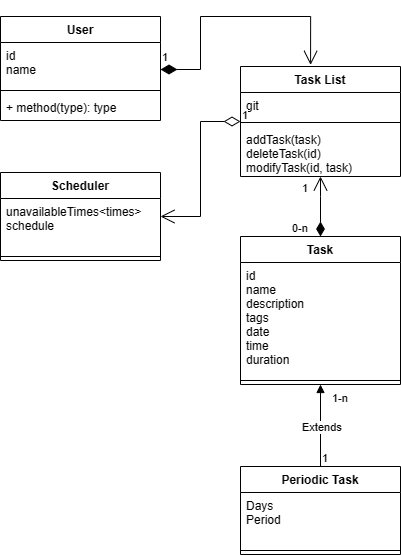
This is Project_Diagram.png from NipunDas/Taskinator-Project, a draw.io export, as it was before one commit. Source tidied: cells renumbered, new cells last; positions are measured from the earlier drawing's top-left corner, leaving out a move shared by most shapes. Its diagram source:
```xml
<mxGraphModel>
  <root>
    <mxCell id="0" />
    <mxCell id="1" parent="0" />
    <mxCell id="2" value="User" style="swimlane;fontStyle=1;align=center;verticalAlign=top;horizontal=1;startSize=26;" parent="1" vertex="1">
      <mxGeometry width="160" height="104" as="geometry" />
    </mxCell>
    <mxCell id="3" value="id&#10;name" style="text;strokeColor=none;fillColor=none;align=left;verticalAlign=top;spacingLeft=4;spacingRight=4;overflow=hidden;points=[[0,0.5],[1,0.5]];portConstraint=eastwest;" parent="2" vertex="1">
      <mxGeometry y="26" width="160" height="44" as="geometry" />
    </mxCell>
    <mxCell id="4" style="line;strokeWidth=1;fillColor=none;align=left;verticalAlign=middle;spacingTop=-1;spacingLeft=3;spacingRight=3;labelPosition=right;strokeColor=inherit;" parent="2" vertex="1">
      <mxGeometry y="70" width="160" height="8" as="geometry" />
    </mxCell>
    <mxCell id="5" value="+ method(type): type" style="text;strokeColor=none;fillColor=none;align=left;verticalAlign=top;spacingLeft=4;spacingRight=4;overflow=hidden;" parent="2" vertex="1">
      <mxGeometry y="78" width="160" height="26" as="geometry" />
    </mxCell>
    <mxCell id="6" value="Task" style="swimlane;fontStyle=1;align=center;verticalAlign=top;horizontal=1;startSize=26;" parent="1" vertex="1">
      <mxGeometry x="240" y="220" width="160" height="148" as="geometry" />
    </mxCell>
    <mxCell id="7" value="id&#10;name&#10;description&#10;tags&#10;date&#10;time&#10;duration" style="text;strokeColor=none;fillColor=none;align=left;verticalAlign=top;spacingLeft=4;spacingRight=4;overflow=hidden;" parent="6" vertex="1">
      <mxGeometry y="26" width="160" height="114" as="geometry" />
    </mxCell>
    <mxCell id="8" style="line;strokeWidth=1;fillColor=none;align=left;verticalAlign=middle;spacingTop=-1;spacingLeft=3;spacingRight=3;labelPosition=right;strokeColor=inherit;" parent="6" vertex="1">
      <mxGeometry y="140" width="160" height="8" as="geometry" />
    </mxCell>
    <mxCell id="9" value="Task List" style="swimlane;fontStyle=1;align=center;verticalAlign=top;horizontal=1;startSize=26;" parent="1" vertex="1">
      <mxGeometry x="240" y="50" width="160" height="110" as="geometry" />
    </mxCell>
    <mxCell id="10" value="git" style="text;strokeColor=none;fillColor=none;align=left;verticalAlign=top;spacingLeft=4;spacingRight=4;overflow=hidden;" parent="9" vertex="1">
      <mxGeometry y="26" width="160" height="26" as="geometry" />
    </mxCell>
    <mxCell id="11" style="line;strokeWidth=1;fillColor=none;align=left;verticalAlign=middle;spacingTop=-1;spacingLeft=3;spacingRight=3;labelPosition=right;strokeColor=inherit;" parent="9" vertex="1">
      <mxGeometry y="52" width="160" height="8" as="geometry" />
    </mxCell>
    <mxCell id="12" value="addTask(task)&#10;deleteTask(id)&#10;modifyTask(id, task)" style="text;strokeColor=none;fillColor=none;align=left;verticalAlign=top;spacingLeft=4;spacingRight=4;overflow=hidden;points=[[0,0.5],[1,0.5]];portConstraint=eastwest;" parent="9" vertex="1">
      <mxGeometry y="60" width="160" height="50" as="geometry" />
    </mxCell>
    <mxCell id="13" value="Scheduler&#10;" style="swimlane;fontStyle=1;align=center;verticalAlign=top;horizontal=1;startSize=26;" parent="1" vertex="1">
      <mxGeometry y="156" width="160" height="88" as="geometry" />
    </mxCell>
    <mxCell id="14" value="unavailableTimes&lt;times&gt;&#10;schedule" style="text;strokeColor=none;fillColor=none;align=left;verticalAlign=top;spacingLeft=4;spacingRight=4;overflow=hidden;" parent="13" vertex="1">
      <mxGeometry y="26" width="160" height="54" as="geometry" />
    </mxCell>
    <mxCell id="15" style="line;strokeWidth=1;fillColor=none;align=left;verticalAlign=middle;spacingTop=-1;spacingLeft=3;spacingRight=3;labelPosition=right;strokeColor=inherit;" parent="13" vertex="1">
      <mxGeometry y="80" width="160" height="8" as="geometry" />
    </mxCell>
    <mxCell id="16" value="Periodic Task" style="swimlane;fontStyle=1;align=center;verticalAlign=top;horizontal=1;startSize=26;" parent="1" vertex="1">
      <mxGeometry x="240" y="450" width="160" height="88" as="geometry" />
    </mxCell>
    <mxCell id="17" value="Days&#10;Period" style="text;strokeColor=none;fillColor=none;align=left;verticalAlign=top;spacingLeft=4;spacingRight=4;overflow=hidden;" parent="16" vertex="1">
      <mxGeometry y="26" width="160" height="54" as="geometry" />
    </mxCell>
    <mxCell id="18" style="line;strokeWidth=1;fillColor=none;align=left;verticalAlign=middle;spacingTop=-1;spacingLeft=3;spacingRight=3;labelPosition=right;strokeColor=inherit;" parent="16" vertex="1">
      <mxGeometry y="80" width="160" height="8" as="geometry" />
    </mxCell>
    <mxCell id="19" value="Extends" style="endArrow=block;endFill=1;html=1;edgeStyle=orthogonalEdgeStyle;align=left;verticalAlign=top;rounded=0;" parent="1" edge="1" source="16" target="6">
      <mxGeometry x="0.28" y="20" relative="1" as="geometry">
        <Array as="points">
          <mxPoint x="320" y="360" />
          <mxPoint x="320" y="360" />
        </Array>
      </mxGeometry>
    </mxCell>
    <mxCell id="20" value="1" style="edgeLabel;html=1;align=left;verticalAlign=bottom;" parent="19" vertex="1">
      <mxGeometry x="-1" relative="1" as="geometry" />
    </mxCell>
    <mxCell id="21" value="1-n" style="edgeLabel;html=1;align=left;verticalAlign=bottom;" parent="19" vertex="1">
      <mxGeometry x="-1" relative="1" as="geometry">
        <mxPoint x="10" y="-60" as="offset" />
      </mxGeometry>
    </mxCell>
    <mxCell id="22" style="endArrow=open;endFill=0;html=1;edgeStyle=orthogonalEdgeStyle;align=left;verticalAlign=top;rounded=0;startArrow=diamondThin;startFill=1;startSize=12;endSize=12;" parent="1" edge="1" source="6" target="12">
      <mxGeometry x="0.05" y="20" relative="1" as="geometry">
        <Array as="points">
          <mxPoint x="320" y="180" />
          <mxPoint x="320" y="180" />
        </Array>
      </mxGeometry>
    </mxCell>
    <mxCell id="23" value="0-n" style="edgeLabel;html=1;align=left;verticalAlign=bottom;" parent="22" vertex="1">
      <mxGeometry x="-1" relative="1" as="geometry">
        <mxPoint x="-30" as="offset" />
      </mxGeometry>
    </mxCell>
    <mxCell id="24" value="1" style="edgeLabel;html=1;align=left;verticalAlign=bottom;" parent="22" vertex="1">
      <mxGeometry x="-1" relative="1" as="geometry">
        <mxPoint x="-20" y="-40" as="offset" />
      </mxGeometry>
    </mxCell>
    <mxCell id="25" value="1" style="endArrow=open;html=1;endSize=12;startArrow=diamondThin;startSize=14;startFill=0;edgeStyle=orthogonalEdgeStyle;align=left;verticalAlign=bottom;rounded=0;" parent="1" edge="1" source="9" target="13">
      <mxGeometry x="-1" y="3" relative="1" as="geometry" />
    </mxCell>
    <mxCell id="26" value="1" style="endArrow=open;html=1;endSize=12;startArrow=diamondThin;startSize=14;startFill=1;edgeStyle=orthogonalEdgeStyle;align=left;verticalAlign=bottom;rounded=0;entryX=0.438;entryY=-0.015;entryDx=0;entryDy=0;entryPerimeter=0;" parent="1" edge="1" source="3" target="9">
      <mxGeometry x="-1" y="3" relative="1" as="geometry">
        <Array as="points">
          <mxPoint x="200" y="53" />
          <mxPoint x="200" />
          <mxPoint x="310" />
        </Array>
      </mxGeometry>
    </mxCell>
  </root>
</mxGraphModel>
```
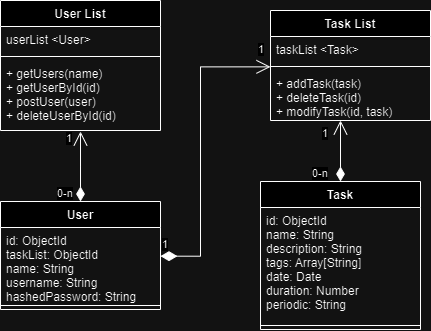
After the commit.

Commit message:
Updated class diagram

Change to the diagram source:
```diff
@@ -3,72 +3,35 @@
     <mxCell id="0" />
     <mxCell id="1" parent="0" />
     <mxCell id="2" value="User" style="swimlane;fontStyle=1;align=center;verticalAlign=top;horizontal=1;startSize=26;" parent="1" vertex="1">
-      <mxGeometry width="160" height="104" as="geometry" />
+      <mxGeometry x="-30" y="70" width="160" height="108" as="geometry" />
     </mxCell>
-    <mxCell id="3" value="id&#10;name" style="text;strokeColor=none;fillColor=none;align=left;verticalAlign=top;spacingLeft=4;spacingRight=4;overflow=hidden;points=[[0,0.5],[1,0.5]];portConstraint=eastwest;" parent="2" vertex="1">
-      <mxGeometry y="26" width="160" height="44" as="geometry" />
+    <mxCell id="3" value="id: ObjectId&#10;taskList: ObjectId&#10;name: String&#10;username: String&#10;hashedPassword: String" style="text;strokeColor=none;fillColor=none;align=left;verticalAlign=top;spacingLeft=4;spacingRight=4;overflow=hidden;points=[[0,0.5],[1,0.5]];portConstraint=eastwest;" parent="2" vertex="1">
+      <mxGeometry y="26" width="160" height="74" as="geometry" />
     </mxCell>
     <mxCell id="4" style="line;strokeWidth=1;fillColor=none;align=left;verticalAlign=middle;spacingTop=-1;spacingLeft=3;spacingRight=3;labelPosition=right;strokeColor=inherit;" parent="2" vertex="1">
-      <mxGeometry y="70" width="160" height="8" as="geometry" />
+      <mxGeometry y="100" width="160" height="8" as="geometry" />
     </mxCell>
-    <mxCell id="5" value="+ method(type): type" style="text;strokeColor=none;fillColor=none;align=left;verticalAlign=top;spacingLeft=4;spacingRight=4;overflow=hidden;" parent="2" vertex="1">
-      <mxGeometry y="78" width="160" height="26" as="geometry" />
-    </mxCell>
     <mxCell id="6" value="Task" style="swimlane;fontStyle=1;align=center;verticalAlign=top;horizontal=1;startSize=26;" parent="1" vertex="1">
-      <mxGeometry x="240" y="220" width="160" height="148" as="geometry" />
+      <mxGeometry x="230" y="50" width="160" height="148" as="geometry" />
     </mxCell>
-    <mxCell id="7" value="id&#10;name&#10;description&#10;tags&#10;date&#10;time&#10;duration" style="text;strokeColor=none;fillColor=none;align=left;verticalAlign=top;spacingLeft=4;spacingRight=4;overflow=hidden;" parent="6" vertex="1">
+    <mxCell id="7" value="id: ObjectId&#10;name: String&#10;description: String&#10;tags: Array[String]&#10;date: Date&#10;duration: Number&#10;periodic: String" style="text;strokeColor=none;fillColor=none;align=left;verticalAlign=top;spacingLeft=4;spacingRight=4;overflow=hidden;" parent="6" vertex="1">
       <mxGeometry y="26" width="160" height="114" as="geometry" />
     </mxCell>
     <mxCell id="8" style="line;strokeWidth=1;fillColor=none;align=left;verticalAlign=middle;spacingTop=-1;spacingLeft=3;spacingRight=3;labelPosition=right;strokeColor=inherit;" parent="6" vertex="1">
       <mxGeometry y="140" width="160" height="8" as="geometry" />
     </mxCell>
     <mxCell id="9" value="Task List" style="swimlane;fontStyle=1;align=center;verticalAlign=top;horizontal=1;startSize=26;" parent="1" vertex="1">
-      <mxGeometry x="240" y="50" width="160" height="110" as="geometry" />
+      <mxGeometry x="240" y="-121" width="160" height="110" as="geometry" />
     </mxCell>
-    <mxCell id="10" value="git" style="text;strokeColor=none;fillColor=none;align=left;verticalAlign=top;spacingLeft=4;spacingRight=4;overflow=hidden;" parent="9" vertex="1">
+    <mxCell id="10" value="taskList &lt;Task&gt;&#10;" style="text;strokeColor=none;fillColor=none;align=left;verticalAlign=top;spacingLeft=4;spacingRight=4;overflow=hidden;" parent="9" vertex="1">
       <mxGeometry y="26" width="160" height="26" as="geometry" />
     </mxCell>
     <mxCell id="11" style="line;strokeWidth=1;fillColor=none;align=left;verticalAlign=middle;spacingTop=-1;spacingLeft=3;spacingRight=3;labelPosition=right;strokeColor=inherit;" parent="9" vertex="1">
       <mxGeometry y="52" width="160" height="8" as="geometry" />
     </mxCell>
-    <mxCell id="12" value="addTask(task)&#10;deleteTask(id)&#10;modifyTask(id, task)" style="text;strokeColor=none;fillColor=none;align=left;verticalAlign=top;spacingLeft=4;spacingRight=4;overflow=hidden;points=[[0,0.5],[1,0.5]];portConstraint=eastwest;" parent="9" vertex="1">
+    <mxCell id="12" value="+ addTask(task)&#10;+ deleteTask(id)&#10;+ modifyTask(id, task)" style="text;strokeColor=none;fillColor=none;align=left;verticalAlign=top;spacingLeft=4;spacingRight=4;overflow=hidden;points=[[0,0.5],[1,0.5]];portConstraint=eastwest;" parent="9" vertex="1">
       <mxGeometry y="60" width="160" height="50" as="geometry" />
     </mxCell>
-    <mxCell id="13" value="Scheduler&#10;" style="swimlane;fontStyle=1;align=center;verticalAlign=top;horizontal=1;startSize=26;" parent="1" vertex="1">
-      <mxGeometry y="156" width="160" height="88" as="geometry" />
-    </mxCell>
-    <mxCell id="14" value="unavailableTimes&lt;times&gt;&#10;schedule" style="text;strokeColor=none;fillColor=none;align=left;verticalAlign=top;spacingLeft=4;spacingRight=4;overflow=hidden;" parent="13" vertex="1">
-      <mxGeometry y="26" width="160" height="54" as="geometry" />
-    </mxCell>
-    <mxCell id="15" style="line;strokeWidth=1;fillColor=none;align=left;verticalAlign=middle;spacingTop=-1;spacingLeft=3;spacingRight=3;labelPosition=right;strokeColor=inherit;" parent="13" vertex="1">
-      <mxGeometry y="80" width="160" height="8" as="geometry" />
-    </mxCell>
-    <mxCell id="16" value="Periodic Task" style="swimlane;fontStyle=1;align=center;verticalAlign=top;horizontal=1;startSize=26;" parent="1" vertex="1">
-      <mxGeometry x="240" y="450" width="160" height="88" as="geometry" />
-    </mxCell>
-    <mxCell id="17" value="Days&#10;Period" style="text;strokeColor=none;fillColor=none;align=left;verticalAlign=top;spacingLeft=4;spacingRight=4;overflow=hidden;" parent="16" vertex="1">
-      <mxGeometry y="26" width="160" height="54" as="geometry" />
-    </mxCell>
-    <mxCell id="18" style="line;strokeWidth=1;fillColor=none;align=left;verticalAlign=middle;spacingTop=-1;spacingLeft=3;spacingRight=3;labelPosition=right;strokeColor=inherit;" parent="16" vertex="1">
-      <mxGeometry y="80" width="160" height="8" as="geometry" />
-    </mxCell>
-    <mxCell id="19" value="Extends" style="endArrow=block;endFill=1;html=1;edgeStyle=orthogonalEdgeStyle;align=left;verticalAlign=top;rounded=0;" parent="1" edge="1" source="16" target="6">
-      <mxGeometry x="0.28" y="20" relative="1" as="geometry">
-        <Array as="points">
-          <mxPoint x="320" y="360" />
-          <mxPoint x="320" y="360" />
-        </Array>
-      </mxGeometry>
-    </mxCell>
-    <mxCell id="20" value="1" style="edgeLabel;html=1;align=left;verticalAlign=bottom;" parent="19" vertex="1">
-      <mxGeometry x="-1" relative="1" as="geometry" />
-    </mxCell>
-    <mxCell id="21" value="1-n" style="edgeLabel;html=1;align=left;verticalAlign=bottom;" parent="19" vertex="1">
-      <mxGeometry x="-1" relative="1" as="geometry">
-        <mxPoint x="10" y="-60" as="offset" />
-      </mxGeometry>
-    </mxCell>
     <mxCell id="22" style="endArrow=open;endFill=0;html=1;edgeStyle=orthogonalEdgeStyle;align=left;verticalAlign=top;rounded=0;startArrow=diamondThin;startFill=1;startSize=12;endSize=12;" parent="1" edge="1" source="6" target="12">
       <mxGeometry x="0.05" y="20" relative="1" as="geometry">
         <Array as="points">
@@ -87,17 +50,44 @@
         <mxPoint x="-20" y="-40" as="offset" />
       </mxGeometry>
     </mxCell>
-    <mxCell id="25" value="1" style="endArrow=open;html=1;endSize=12;startArrow=diamondThin;startSize=14;startFill=0;edgeStyle=orthogonalEdgeStyle;align=left;verticalAlign=bottom;rounded=0;" parent="1" edge="1" source="9" target="13">
-      <mxGeometry x="-1" y="3" relative="1" as="geometry" />
-    </mxCell>
-    <mxCell id="26" value="1" style="endArrow=open;html=1;endSize=12;startArrow=diamondThin;startSize=14;startFill=1;edgeStyle=orthogonalEdgeStyle;align=left;verticalAlign=bottom;rounded=0;entryX=0.438;entryY=-0.015;entryDx=0;entryDy=0;entryPerimeter=0;" parent="1" edge="1" source="3" target="9">
+    <mxCell id="26" value="1" style="endArrow=open;html=1;endSize=12;startArrow=diamondThin;startSize=14;startFill=1;edgeStyle=orthogonalEdgeStyle;align=left;verticalAlign=bottom;rounded=0;entryX=0;entryY=-0.073;entryDx=0;entryDy=0;entryPerimeter=0;" parent="1" edge="1" target="12">
       <mxGeometry x="-1" y="3" relative="1" as="geometry">
+        <mxPoint x="130" y="124.6" as="sourcePoint" />
         <Array as="points">
-          <mxPoint x="200" y="53" />
-          <mxPoint x="200" />
-          <mxPoint x="310" />
+          <mxPoint x="170" y="125" />
+          <mxPoint x="170" y="-65" />
         </Array>
       </mxGeometry>
     </mxCell>
+    <mxCell id="27" value="User List" style="swimlane;fontStyle=1;align=center;verticalAlign=top;horizontal=1;startSize=26;" parent="1" vertex="1">
+      <mxGeometry x="-30" y="-131" width="160" height="130" as="geometry" />
+    </mxCell>
+    <mxCell id="28" value="userList &lt;User&gt;&#10;" style="text;strokeColor=none;fillColor=none;align=left;verticalAlign=top;spacingLeft=4;spacingRight=4;overflow=hidden;" parent="27" vertex="1">
+      <mxGeometry y="26" width="160" height="26" as="geometry" />
+    </mxCell>
+    <mxCell id="29" style="line;strokeWidth=1;fillColor=none;align=left;verticalAlign=middle;spacingTop=-1;spacingLeft=3;spacingRight=3;labelPosition=right;strokeColor=inherit;" parent="27" vertex="1">
+      <mxGeometry y="52" width="160" height="8" as="geometry" />
+    </mxCell>
+    <mxCell id="30" value="+ getUsers(name)&#10;+ getUserById(id)&#10;+ postUser(user)&#10;+ deleteUserById(id)" style="text;strokeColor=none;fillColor=none;align=left;verticalAlign=top;spacingLeft=4;spacingRight=4;overflow=hidden;" parent="27" vertex="1">
+      <mxGeometry y="60" width="160" height="70" as="geometry" />
+    </mxCell>
+    <mxCell id="31" value="1" style="edgeLabel;html=1;align=left;verticalAlign=bottom;" parent="1" vertex="1">
+      <mxGeometry x="300" y="20" as="geometry">
+        <mxPoint x="-74" y="-94" as="offset" />
+      </mxGeometry>
+    </mxCell>
+    <mxCell id="32" style="endArrow=open;endFill=0;html=1;edgeStyle=orthogonalEdgeStyle;align=left;verticalAlign=top;rounded=0;startArrow=diamondThin;startFill=1;startSize=12;endSize=12;" parent="1" edge="1" source="2">
+      <mxGeometry relative="1" as="geometry">
+        <mxPoint x="50" as="targetPoint" />
+      </mxGeometry>
+    </mxCell>
+    <mxCell id="33" value="1" style="edgeLabel;html=1;align=left;verticalAlign=bottom;" parent="1" vertex="1">
+      <mxGeometry x="300" y="20" as="geometry">
+        <mxPoint x="-266" y="-5" as="offset" />
+      </mxGeometry>
+    </mxCell>
+    <mxCell id="34" value="0-n" style="edgeLabel;html=1;align=left;verticalAlign=bottom;" parent="1" vertex="1">
+      <mxGeometry x="25" y="70" as="geometry" />
+    </mxCell>
   </root>
 </mxGraphModel>
```
